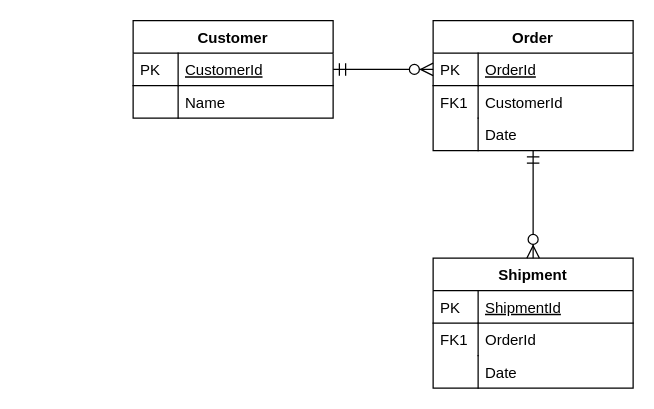
This is 网易服务时间结构图.drawio from sw4655315/drawio, a draw.io file, before an edit. Source tidied: cells renumbered, new cells numbered last; positions are measured from the earlier drawing's top-left corner, leaving out a move shared by most shapes. Both pictures are drawn from the tidied source at 125%, with x=0, y=0 at pixel (132, 20).
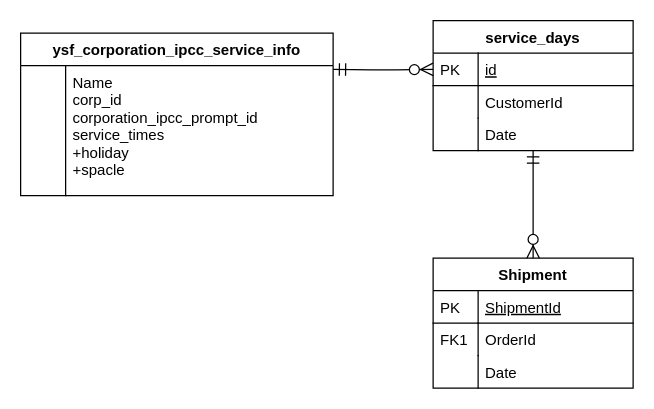
The same diagram, later.

Commit message:
更新网易服务时间结构图.drawio

The change refers to these unchanged cells:
```xml
<mxCell id="10" value="CustomerId" style="shape=partialRectangle;top=0;left=0;right=0;bottom=0;align=left;verticalAlign=top;fillColor=none;spacingLeft=40;spacingRight=4;overflow=hidden;rounded=0;shadow=0;strokeWidth=1;" parent="7" vertex="1">
  <mxGeometry y="52" width="160" height="26" as="geometry" />
</mxCell>
```

The edit, as a diff of the source:
```diff
@@
-    <mxCell id="2" value="Customer" style="swimlane;fontStyle=1;horizontal=1;startSize=26;rounded=0;shadow=0;strokeWidth=1;" parent="1" vertex="1">
-      <mxGeometry width="160" height="78" as="geometry" />
+    <mxCell id="2" value="ysf_corporation_ipcc_service_info" style="swimlane;fontStyle=1;horizontal=1;startSize=26;rounded=0;shadow=0;strokeWidth=1;" parent="1" vertex="1">
+      <mxGeometry x="-90" y="10" width="250" height="130" as="geometry" />
     </mxCell>
-    <mxCell id="3" value="CustomerId" style="shape=partialRectangle;top=0;left=0;right=0;bottom=1;align=left;verticalAlign=top;fillColor=none;spacingLeft=40;spacingRight=4;overflow=hidden;points=[[0,0.5],[1,0.5]];portConstraint=eastwest;rounded=0;shadow=0;strokeWidth=1;fontStyle=4;" parent="2" vertex="1">
-      <mxGeometry y="26" width="160" height="26" as="geometry" />
-    </mxCell>
-    <mxCell id="4" value="PK" style="shape=partialRectangle;top=0;left=0;bottom=0;fillColor=none;align=left;verticalAlign=top;spacingLeft=4;spacingRight=4;overflow=hidden;" parent="3" vertex="1">
-      <mxGeometry width="36" height="26" as="geometry" />
-    </mxCell>
-    <mxCell id="5" value="Name" style="shape=partialRectangle;top=0;left=0;right=0;bottom=0;align=left;verticalAlign=top;fillColor=none;spacingLeft=40;spacingRight=4;overflow=hidden;rounded=0;shadow=0;strokeWidth=1;" parent="2" vertex="1">
-      <mxGeometry y="52" width="160" height="26" as="geometry" />
+    <mxCell id="5" value="Name&#10;corp_id&#10;corporation_ipcc_prompt_id&#10;service_times&#10;+holiday&#10;+spacle" style="shape=partialRectangle;top=0;left=0;right=0;bottom=0;align=left;verticalAlign=top;fillColor=none;spacingLeft=40;spacingRight=4;overflow=hidden;rounded=0;shadow=0;strokeWidth=1;fontColor=#000000;" parent="2" vertex="1">
+      <mxGeometry y="26" width="250" height="104" as="geometry" />
     </mxCell>
     <mxCell id="6" style="shape=partialRectangle;top=0;left=0;bottom=0;fillColor=none;align=left;verticalAlign=top;spacingLeft=4;spacingRight=4;overflow=hidden;" parent="5" vertex="1">
-      <mxGeometry width="36" height="26" as="geometry" />
+      <mxGeometry width="36" height="104" as="geometry" />
     </mxCell>
-    <mxCell id="7" value="Order" style="swimlane;fontStyle=1;horizontal=1;startSize=26;rounded=0;shadow=0;strokeWidth=1;" parent="1" vertex="1">
+    <mxCell id="7" value="service_days" style="swimlane;fontStyle=1;horizontal=1;startSize=26;rounded=0;shadow=0;strokeWidth=1;" parent="1" vertex="1">
       <mxGeometry x="240" width="160" height="104" as="geometry" />
     </mxCell>
-    <mxCell id="8" value="OrderId" style="shape=partialRectangle;top=0;left=0;right=0;bottom=1;align=left;verticalAlign=top;fillColor=none;spacingLeft=40;spacingRight=4;overflow=hidden;points=[[0,0.5],[1,0.5]];portConstraint=eastwest;rounded=0;shadow=0;strokeWidth=1;fontStyle=4;" parent="7" vertex="1">
+    <mxCell id="8" value="id" style="shape=partialRectangle;top=0;left=0;right=0;bottom=1;align=left;verticalAlign=top;fillColor=none;spacingLeft=40;spacingRight=4;overflow=hidden;points=[[0,0.5],[1,0.5]];portConstraint=eastwest;rounded=0;shadow=0;strokeWidth=1;fontStyle=4;" parent="7" vertex="1">
       <mxGeometry y="26" width="160" height="26" as="geometry" />
     </mxCell>
@@
-    <mxCell id="11" value="FK1" style="shape=partialRectangle;top=0;left=0;bottom=0;fillColor=none;align=left;verticalAlign=top;spacingLeft=4;spacingRight=4;overflow=hidden;" parent="10" vertex="1">
+    <mxCell id="11" style="shape=partialRectangle;top=0;left=0;bottom=0;fillColor=none;align=left;verticalAlign=top;spacingLeft=4;spacingRight=4;overflow=hidden;" parent="10" vertex="1">
       <mxGeometry width="36" height="26" as="geometry" />
     </mxCell>
@@
-    <mxCell id="14" style="edgeStyle=orthogonalEdgeStyle;endArrow=ERzeroToMany;startArrow=ERmandOne;shadow=0;strokeWidth=1;endSize=8;startSize=8;" parent="1" edge="1" source="3" target="8">
-      <mxGeometry relative="1" as="geometry" />
+    <mxCell id="14" style="edgeStyle=orthogonalEdgeStyle;endArrow=ERzeroToMany;startArrow=ERmandOne;shadow=0;strokeWidth=1;endSize=8;startSize=8;" parent="1" edge="1" target="8">
+      <mxGeometry relative="1" as="geometry">
+        <mxPoint x="160" y="39" as="sourcePoint" />
+      </mxGeometry>
     </mxCell>
```
